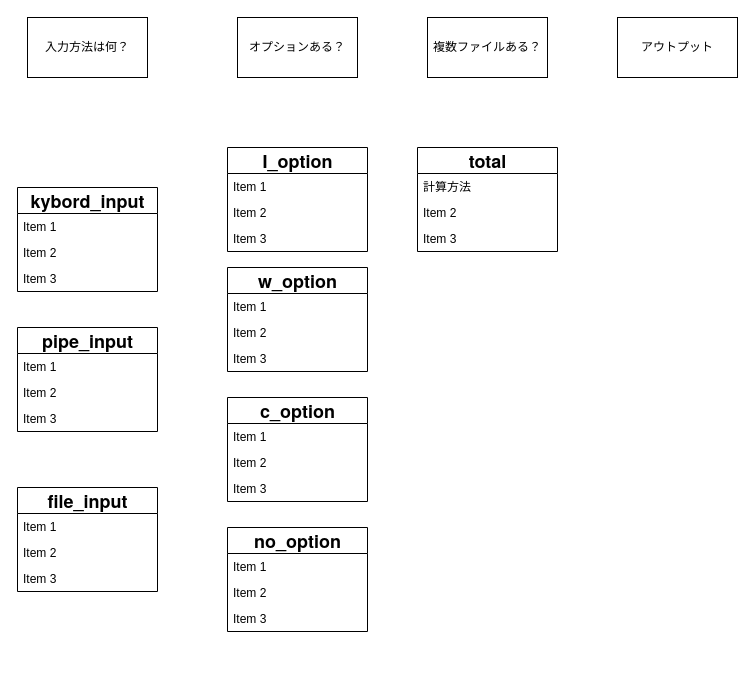
Before: wcコマンド.drawio in namacosansan/ER, a draw.io diagram. Source tidied: cells renumbered, new cells numbered last; positions are measured from the earlier drawing's top-left corner, leaving out a move shared by most shapes. Both pictures are drawn from the tidied source at 100%, with x=0, y=0 at pixel (17, 17).
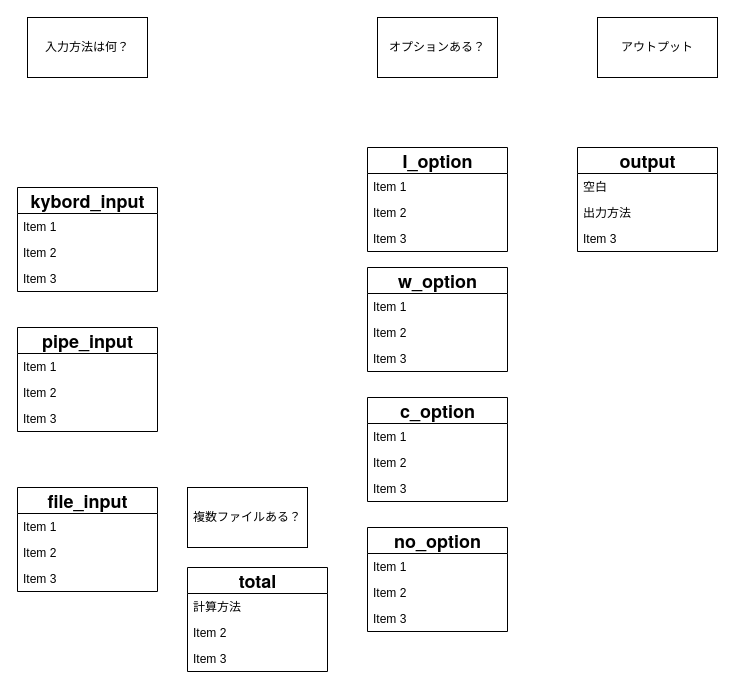
The same page after the edit.

Commit message (it also covers changes not shown here):
wcコマンド.drawio を更新します

Change to the diagram source:
```diff
@@
     <mxCell id="14" value="&lt;p style=&quot;margin: 0px; font-variant-numeric: normal; font-variant-east-asian: normal; font-variant-alternates: normal; font-size-adjust: none; font-kerning: auto; font-optical-sizing: auto; font-feature-settings: normal; font-variation-settings: normal; font-variant-position: normal; font-variant-emoji: normal; font-stretch: normal; font-size: 18px; line-height: normal; font-family: &amp;quot;Helvetica Neue&amp;quot;; text-align: start; text-wrap-mode: wrap;&quot; class=&quot;p1&quot;&gt;&lt;b&gt;w_&lt;/b&gt;&lt;b style=&quot;background-color: transparent; color: light-dark(rgb(0, 0, 0), rgb(255, 255, 255));&quot;&gt;option&lt;/b&gt;&lt;/p&gt;" style="swimlane;fontStyle=0;horizontal=1;startSize=26;fillColor=none;html=1;" parent="1" vertex="1">
-      <mxGeometry x="210" y="250" width="140" height="104" as="geometry" />
+      <mxGeometry x="350" y="250" width="140" height="104" as="geometry" />
     </mxCell>
@@
     <mxCell id="18" value="&lt;p style=&quot;margin: 0px; font-variant-numeric: normal; font-variant-east-asian: normal; font-variant-alternates: normal; font-size-adjust: none; font-kerning: auto; font-optical-sizing: auto; font-feature-settings: normal; font-variation-settings: normal; font-variant-position: normal; font-variant-emoji: normal; font-stretch: normal; font-size: 18px; line-height: normal; font-family: &amp;quot;Helvetica Neue&amp;quot;; text-align: start; text-wrap-mode: wrap;&quot; class=&quot;p1&quot;&gt;&lt;b&gt;I_&lt;/b&gt;&lt;b style=&quot;background-color: transparent; color: light-dark(rgb(0, 0, 0), rgb(255, 255, 255));&quot;&gt;option&lt;/b&gt;&lt;/p&gt;" style="swimlane;fontStyle=0;horizontal=1;startSize=26;fillColor=none;html=1;" parent="1" vertex="1">
-      <mxGeometry x="210" y="130" width="140" height="104" as="geometry" />
+      <mxGeometry x="350" y="130" width="140" height="104" as="geometry" />
     </mxCell>
@@
     <mxCell id="22" value="&lt;p style=&quot;margin: 0px; font-variant-numeric: normal; font-variant-east-asian: normal; font-variant-alternates: normal; font-size-adjust: none; font-kerning: auto; font-optical-sizing: auto; font-feature-settings: normal; font-variation-settings: normal; font-variant-position: normal; font-variant-emoji: normal; font-stretch: normal; font-size: 18px; line-height: normal; font-family: &amp;quot;Helvetica Neue&amp;quot;; text-align: start; text-wrap-mode: wrap;&quot; class=&quot;p1&quot;&gt;&lt;b&gt;c_&lt;/b&gt;&lt;b style=&quot;background-color: transparent; color: light-dark(rgb(0, 0, 0), rgb(255, 255, 255));&quot;&gt;option&lt;/b&gt;&lt;/p&gt;" style="swimlane;fontStyle=0;horizontal=1;startSize=26;fillColor=none;html=1;" parent="1" vertex="1">
-      <mxGeometry x="210" y="380" width="140" height="104" as="geometry" />
+      <mxGeometry x="350" y="380" width="140" height="104" as="geometry" />
     </mxCell>
@@
     <mxCell id="26" value="&lt;p style=&quot;margin: 0px; font-variant-numeric: normal; font-variant-east-asian: normal; font-variant-alternates: normal; font-size-adjust: none; font-kerning: auto; font-optical-sizing: auto; font-feature-settings: normal; font-variation-settings: normal; font-variant-position: normal; font-variant-emoji: normal; font-stretch: normal; font-size: 18px; line-height: normal; font-family: &amp;quot;Helvetica Neue&amp;quot;; text-align: start; text-wrap-mode: wrap;&quot; class=&quot;p1&quot;&gt;&lt;b&gt;no_&lt;/b&gt;&lt;b style=&quot;background-color: transparent; color: light-dark(rgb(0, 0, 0), rgb(255, 255, 255));&quot;&gt;option&lt;/b&gt;&lt;/p&gt;" style="swimlane;fontStyle=0;horizontal=1;startSize=26;fillColor=none;html=1;" parent="1" vertex="1">
-      <mxGeometry x="210" y="510" width="140" height="104" as="geometry" />
+      <mxGeometry x="350" y="510" width="140" height="104" as="geometry" />
     </mxCell>
@@
     <mxCell id="31" value="オプションある？" style="whiteSpace=wrap;html=1;align=center;newEdgeStyle={&quot;edgeStyle&quot;:&quot;elbowEdgeStyle&quot;,&quot;startArrow&quot;:&quot;none&quot;,&quot;endArrow&quot;:&quot;none&quot;};" parent="1" vertex="1">
-      <mxGeometry x="220" width="120" height="60" as="geometry" />
+      <mxGeometry x="360" width="120" height="60" as="geometry" />
     </mxCell>
     <mxCell id="32" value="複数ファイルある？" style="whiteSpace=wrap;html=1;align=center;newEdgeStyle={&quot;edgeStyle&quot;:&quot;elbowEdgeStyle&quot;,&quot;startArrow&quot;:&quot;none&quot;,&quot;endArrow&quot;:&quot;none&quot;};" parent="1" vertex="1">
-      <mxGeometry x="410" width="120" height="60" as="geometry" />
+      <mxGeometry x="170" y="470" width="120" height="60" as="geometry" />
     </mxCell>
     <mxCell id="33" value="アウトプット" style="whiteSpace=wrap;html=1;align=center;newEdgeStyle={&quot;edgeStyle&quot;:&quot;elbowEdgeStyle&quot;,&quot;startArrow&quot;:&quot;none&quot;,&quot;endArrow&quot;:&quot;none&quot;};" parent="1" vertex="1">
-      <mxGeometry x="600" width="120" height="60" as="geometry" />
+      <mxGeometry x="580" width="120" height="60" as="geometry" />
     </mxCell>
     <mxCell id="34" value="&lt;p style=&quot;margin: 0px; font-variant-numeric: normal; font-variant-east-asian: normal; font-variant-alternates: normal; font-size-adjust: none; font-kerning: auto; font-optical-sizing: auto; font-feature-settings: normal; font-variation-settings: normal; font-variant-position: normal; font-variant-emoji: normal; font-stretch: normal; font-size: 18px; line-height: normal; font-family: &amp;quot;Helvetica Neue&amp;quot;; text-align: start; text-wrap-mode: wrap;&quot; class=&quot;p1&quot;&gt;&lt;b&gt;total&lt;/b&gt;&lt;/p&gt;" style="swimlane;fontStyle=0;horizontal=1;startSize=26;fillColor=none;html=1;" parent="1" vertex="1">
-      <mxGeometry x="400" y="130" width="140" height="104" as="geometry" />
+      <mxGeometry x="170" y="550" width="140" height="104" as="geometry" />
     </mxCell>
@@
+    <mxCell id="38" value="&lt;p style=&quot;margin: 0px; font-variant-numeric: normal; font-variant-east-asian: normal; font-variant-alternates: normal; font-size-adjust: none; font-kerning: auto; font-optical-sizing: auto; font-feature-settings: normal; font-variation-settings: normal; font-variant-position: normal; font-variant-emoji: normal; font-stretch: normal; font-size: 18px; line-height: normal; font-family: &amp;quot;Helvetica Neue&amp;quot;; text-align: start; text-wrap-mode: wrap;&quot; class=&quot;p1&quot;&gt;&lt;b&gt;output&lt;/b&gt;&lt;/p&gt;" style="swimlane;fontStyle=0;horizontal=1;startSize=26;fillColor=none;html=1;" parent="1" vertex="1">
+      <mxGeometry x="560" y="130" width="140" height="104" as="geometry" />
+    </mxCell>
+    <mxCell id="39" value="空白" style="text;strokeColor=none;fillColor=none;align=left;verticalAlign=top;spacingLeft=4;spacingRight=4;overflow=hidden;whiteSpace=wrap;html=1;" parent="38" vertex="1">
+      <mxGeometry y="26" width="140" height="26" as="geometry" />
+    </mxCell>
+    <mxCell id="40" value="出力方法" style="text;strokeColor=none;fillColor=none;align=left;verticalAlign=top;spacingLeft=4;spacingRight=4;overflow=hidden;whiteSpace=wrap;html=1;" parent="38" vertex="1">
+      <mxGeometry y="52" width="140" height="26" as="geometry" />
+    </mxCell>
+    <mxCell id="41" value="Item 3" style="text;strokeColor=none;fillColor=none;align=left;verticalAlign=top;spacingLeft=4;spacingRight=4;overflow=hidden;whiteSpace=wrap;html=1;" parent="38" vertex="1">
+      <mxGeometry y="78" width="140" height="26" as="geometry" />
+    </mxCell>
```
